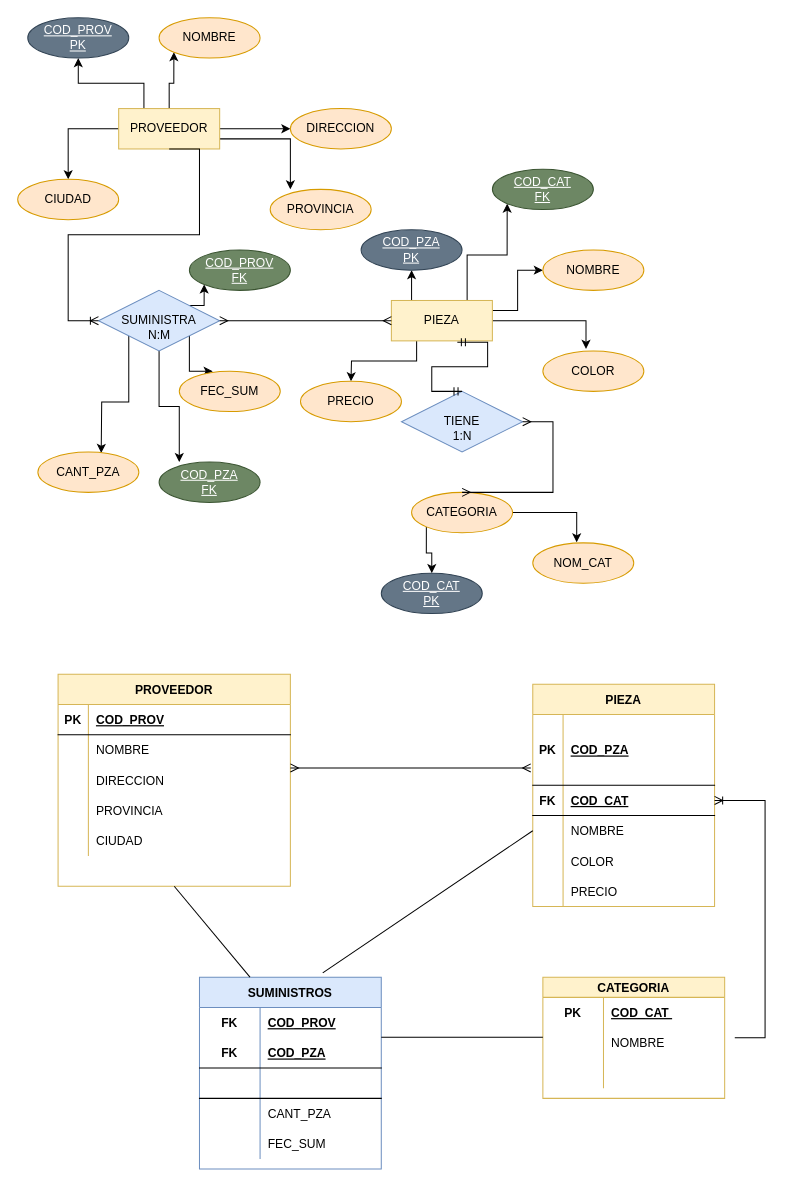
Earlier version of the draw.io diagram BD_ProyectoFinal.drawio (AOlmosPilares/Base-de-Datos). Source tidied: cells renumbered, new cells numbered last; positions are measured from the earlier drawing's top-left corner, leaving out a move shared by most shapes. Both pictures are drawn from the tidied source at 101%, with x=0, y=0 at pixel (17, 17).
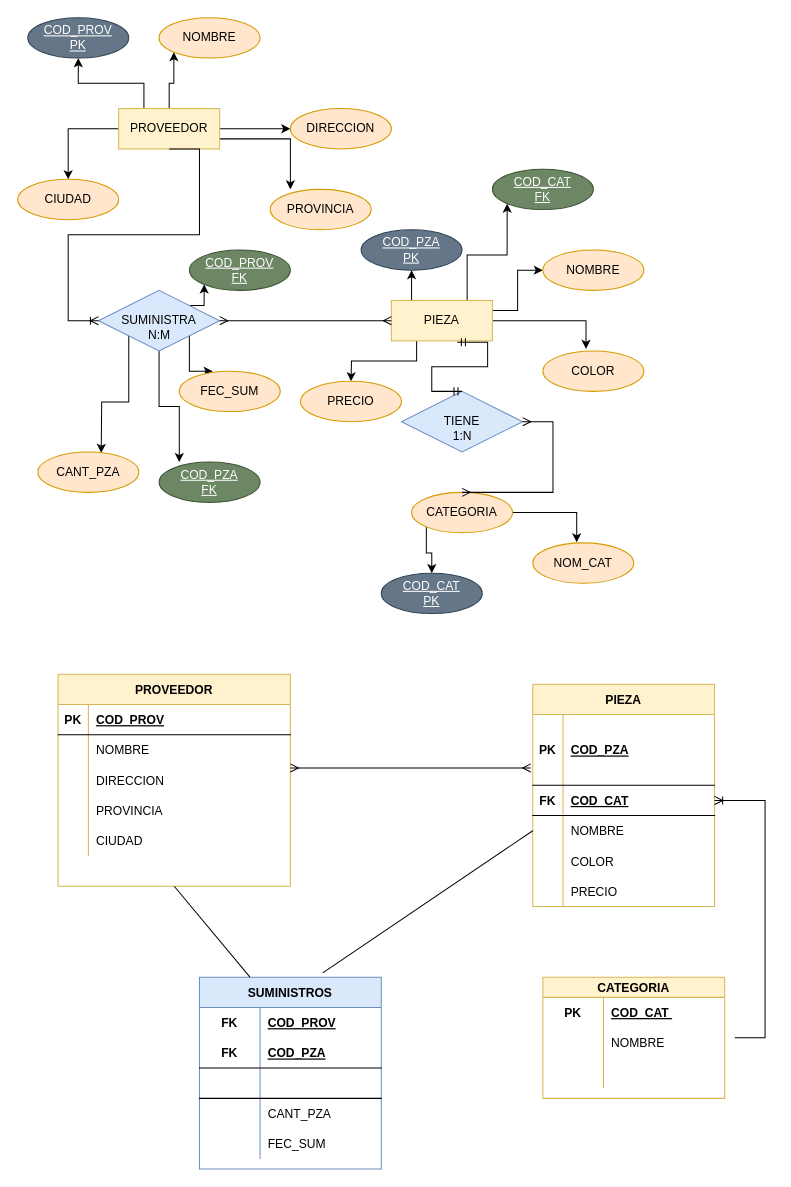
Above is the later version.

Change to the diagram source:
```diff
@@
-    <mxCell id="105" style="endArrow=none;html=1;rounded=0;" parent="1" edge="1">
-      <mxGeometry relative="1" as="geometry">
-        <mxPoint x="360" y="1009.5" as="sourcePoint" />
-        <mxPoint x="520" y="1009.5" as="targetPoint" />
-      </mxGeometry>
-    </mxCell>
```
